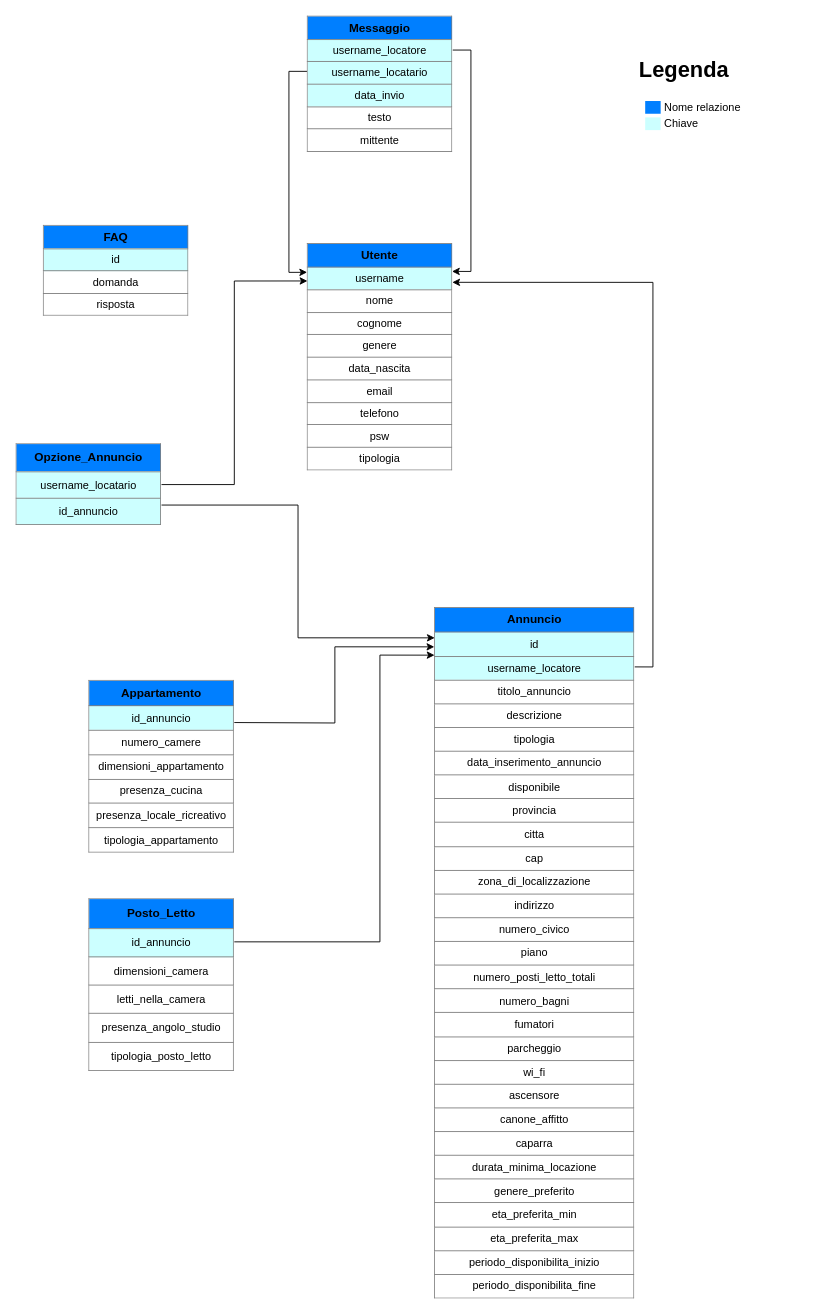
Earlier version of the draw.io diagram Database/Schema_logico_DB.drawio (fd-col/RentAdvisor). Source tidied: cells renumbered, new cells numbered last; positions are measured from the earlier drawing's top-left corner, leaving out a move shared by most shapes. Both pictures are drawn from the tidied source at 91%, with x=0, y=0 at pixel (15, 15).
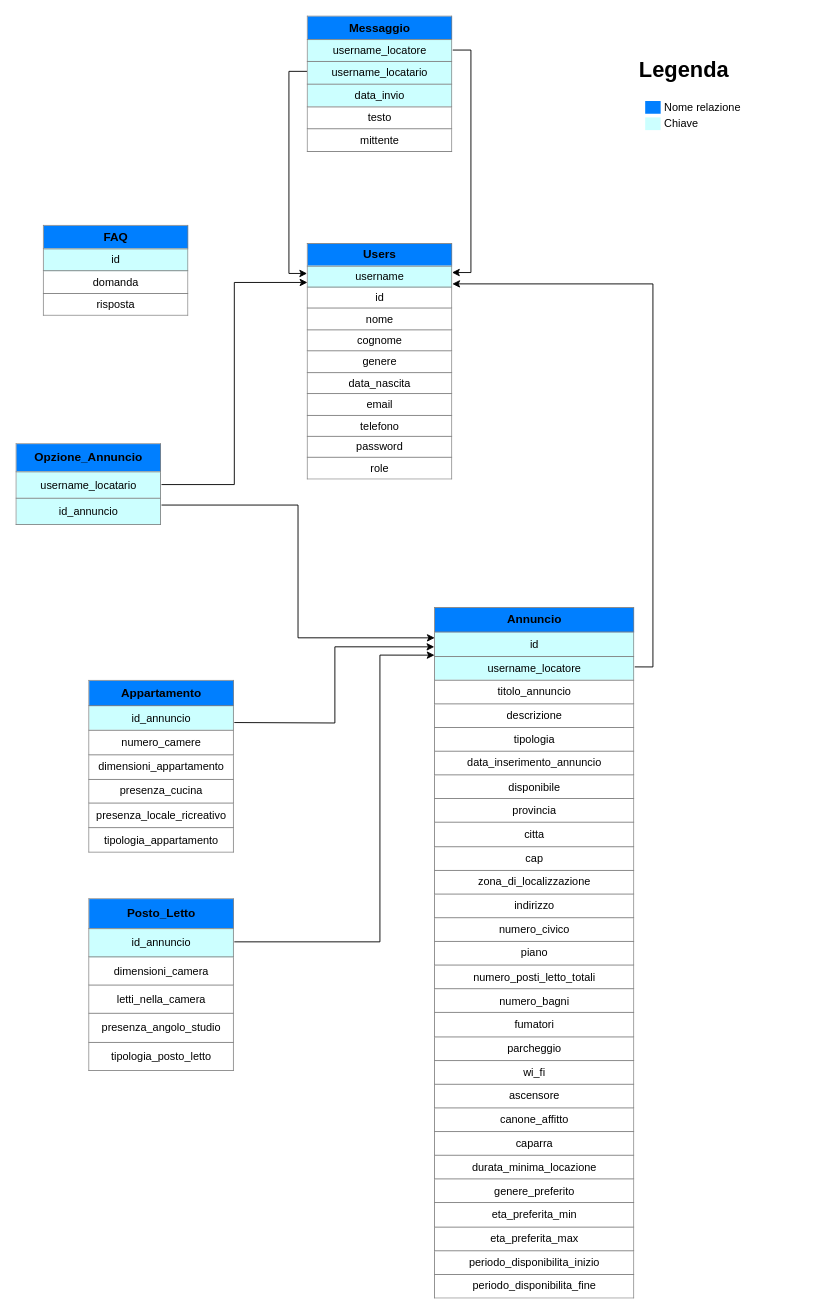
The same page after the edit.

Diff of the diagram source:
```diff
@@
 <mxGraphModel>
   <root>
     <mxCell id="0" />
     <mxCell id="1" parent="0" />
-    <mxCell id="2" value="&lt;table border=&quot;1&quot; width=&quot;100%&quot; cellpadding=&quot;4&quot; style=&quot;width: 100% ; height: 100% ; border-collapse: collapse&quot;&gt;&lt;tbody&gt;&lt;tr&gt;&lt;th style=&quot;background-color: rgb(0 , 127 , 255)&quot;&gt;&lt;font style=&quot;font-size: 13px&quot;&gt;Utente&lt;/font&gt;&lt;/th&gt;&lt;/tr&gt;&lt;tr style=&quot;font-size: 13px&quot;&gt;&lt;td style=&quot;font-size: 12px ; background-color: rgb(204 , 255 , 255)&quot;&gt;username&lt;/td&gt;&lt;/tr&gt;&lt;tr&gt;&lt;td&gt;nome&lt;/td&gt;&lt;/tr&gt;&lt;tr&gt;&lt;td&gt;cognome&lt;br&gt;&lt;/td&gt;&lt;/tr&gt;&lt;tr&gt;&lt;td&gt;genere&lt;/td&gt;&lt;/tr&gt;&lt;tr&gt;&lt;td&gt;data_nascita&lt;/td&gt;&lt;/tr&gt;&lt;tr&gt;&lt;td&gt;email&lt;/td&gt;&lt;/tr&gt;&lt;tr&gt;&lt;td&gt;telefono&lt;/td&gt;&lt;/tr&gt;&lt;tr&gt;&lt;td&gt;psw&lt;/td&gt;&lt;/tr&gt;&lt;tr&gt;&lt;td&gt;tipologia&lt;/td&gt;&lt;/tr&gt;&lt;/tbody&gt;&lt;/table&gt;" style="text;html=1;overflow=fill;align=center;" parent="1" vertex="1">
-      <mxGeometry x="320" y="250" width="160" height="250" as="geometry" />
+    <mxCell id="2" value="&lt;table border=&quot;1&quot; width=&quot;100%&quot; cellpadding=&quot;4&quot; style=&quot;width: 100% ; height: 100% ; border-collapse: collapse&quot;&gt;&lt;tbody&gt;&lt;tr&gt;&lt;th style=&quot;background-color: rgb(0 , 127 , 255)&quot;&gt;&lt;span style=&quot;font-size: 13px;&quot;&gt;Users&lt;/span&gt;&lt;/th&gt;&lt;/tr&gt;&lt;tr style=&quot;font-size: 13px&quot;&gt;&lt;td style=&quot;font-size: 12px ; background-color: rgb(204 , 255 , 255)&quot;&gt;username&lt;/td&gt;&lt;/tr&gt;&lt;tr&gt;&lt;td&gt;id&lt;/td&gt;&lt;/tr&gt;&lt;tr&gt;&lt;td&gt;nome&lt;/td&gt;&lt;/tr&gt;&lt;tr&gt;&lt;td&gt;cognome&lt;br&gt;&lt;/td&gt;&lt;/tr&gt;&lt;tr&gt;&lt;td&gt;genere&lt;/td&gt;&lt;/tr&gt;&lt;tr&gt;&lt;td&gt;data_nascita&lt;/td&gt;&lt;/tr&gt;&lt;tr&gt;&lt;td&gt;email&lt;/td&gt;&lt;/tr&gt;&lt;tr&gt;&lt;td&gt;telefono&lt;/td&gt;&lt;/tr&gt;&lt;tr&gt;&lt;td&gt;password&lt;/td&gt;&lt;/tr&gt;&lt;tr&gt;&lt;td&gt;role&lt;/td&gt;&lt;/tr&gt;&lt;/tbody&gt;&lt;/table&gt;" style="text;html=1;overflow=fill;align=center;" parent="1" vertex="1">
+      <mxGeometry x="320" y="250" width="160" height="260" as="geometry" />
     </mxCell>
     <mxCell id="3" style="edgeStyle=orthogonalEdgeStyle;rounded=0;jettySize=auto;html=1;exitX=1;exitY=0.25;exitDx=0;exitDy=0;entryX=0.995;entryY=0.123;entryDx=0;entryDy=0;entryPerimeter=0;" parent="1" edge="1" source="5" target="2">
       <mxGeometry relative="1" as="geometry" />
     </mxCell>
     <mxCell id="4" style="edgeStyle=orthogonalEdgeStyle;rounded=0;jettySize=auto;html=1;exitX=0;exitY=0.406;exitDx=0;exitDy=0;entryX=0;entryY=0.127;entryDx=0;entryDy=0;entryPerimeter=0;exitPerimeter=0;" parent="1" edge="1" source="5" target="2">
       <mxGeometry relative="1" as="geometry" />
     </mxCell>
     <mxCell id="5" value="&lt;table border=&quot;1&quot; width=&quot;100%&quot; cellpadding=&quot;4&quot; style=&quot;width: 100% ; height: 100% ; border-collapse: collapse&quot;&gt;&lt;tbody&gt;&lt;tr&gt;&lt;th style=&quot;background-color: rgb(0 , 127 , 255)&quot;&gt;&lt;span style=&quot;font-size: 13px&quot;&gt;Messaggio&lt;/span&gt;&lt;/th&gt;&lt;/tr&gt;&lt;tr style=&quot;font-size: 13px&quot;&gt;&lt;td style=&quot;font-size: 12px ; background-color: rgb(204 , 255 , 255)&quot;&gt;username_locatore&lt;/td&gt;&lt;/tr&gt;&lt;tr&gt;&lt;td style=&quot;background-color: rgb(204 , 255 , 255)&quot;&gt;username_locatario&lt;/td&gt;&lt;/tr&gt;&lt;tr&gt;&lt;td style=&quot;background-color: rgb(204 , 255 , 255)&quot;&gt;data_invio&lt;/td&gt;&lt;/tr&gt;&lt;tr&gt;&lt;td&gt;testo&lt;/td&gt;&lt;/tr&gt;&lt;tr&gt;&lt;td&gt;mittente&lt;/td&gt;&lt;/tr&gt;&lt;/tbody&gt;&lt;/table&gt;" style="text;html=1;overflow=fill;align=center;" parent="1" vertex="1">
       <mxGeometry x="320" width="160" height="150" as="geometry" />
     </mxCell>
     <mxCell id="6" style="edgeStyle=orthogonalEdgeStyle;rounded=0;jettySize=auto;html=1;entryX=0.997;entryY=0.171;entryDx=0;entryDy=0;entryPerimeter=0;exitX=1;exitY=0.086;exitDx=0;exitDy=0;exitPerimeter=0;" parent="1" edge="1" source="7" target="2">
       <mxGeometry relative="1" as="geometry" />
     </mxCell>
     <mxCell id="7" value="&lt;table border=&quot;1&quot; width=&quot;100%&quot; cellpadding=&quot;4&quot; style=&quot;width: 100% ; height: 100% ; border-collapse: collapse&quot;&gt;&lt;tbody&gt;&lt;tr&gt;&lt;th style=&quot;background-color: rgb(0 , 127 , 255)&quot;&gt;&lt;font style=&quot;font-size: 13px&quot;&gt;Annuncio&lt;/font&gt;&lt;/th&gt;&lt;/tr&gt;&lt;tr style=&quot;font-size: 13px&quot;&gt;&lt;td style=&quot;font-size: 12px ; background-color: rgb(204 , 255 , 255)&quot;&gt;id&lt;/td&gt;&lt;/tr&gt;&lt;tr&gt;&lt;td style=&quot;background-color: rgb(204 , 255 , 255)&quot;&gt;username_locatore&lt;/td&gt;&lt;/tr&gt;&lt;tr&gt;&lt;td&gt;titolo_annuncio&lt;/td&gt;&lt;/tr&gt;&lt;tr&gt;&lt;td&gt;descrizione&lt;br&gt;&lt;/td&gt;&lt;/tr&gt;&lt;tr&gt;&lt;td&gt;tipologia&lt;/td&gt;&lt;/tr&gt;&lt;tr&gt;&lt;td&gt;data_inserimento_annuncio&lt;/td&gt;&lt;/tr&gt;&lt;tr&gt;&lt;td&gt;disponibile&lt;/td&gt;&lt;/tr&gt;&lt;tr&gt;&lt;td&gt;provincia&lt;/td&gt;&lt;/tr&gt;&lt;tr&gt;&lt;td&gt;citta&lt;/td&gt;&lt;/tr&gt;&lt;tr&gt;&lt;td&gt;cap&lt;/td&gt;&lt;/tr&gt;&lt;tr&gt;&lt;td&gt;zona_di_localizzazione&lt;br&gt;&lt;/td&gt;&lt;/tr&gt;&lt;tr&gt;&lt;td&gt;indirizzo&lt;/td&gt;&lt;/tr&gt;&lt;tr&gt;&lt;td&gt;numero_civico&lt;/td&gt;&lt;/tr&gt;&lt;tr&gt;&lt;td&gt;piano&lt;/td&gt;&lt;/tr&gt;&lt;tr&gt;&lt;td&gt;numero_posti_letto_totali&lt;/td&gt;&lt;/tr&gt;&lt;tr&gt;&lt;td&gt;numero_bagni&lt;/td&gt;&lt;/tr&gt;&lt;tr&gt;&lt;td&gt;fumatori&lt;/td&gt;&lt;/tr&gt;&lt;tr&gt;&lt;td&gt;parcheggio&lt;/td&gt;&lt;/tr&gt;&lt;tr&gt;&lt;td&gt;wi_fi&lt;/td&gt;&lt;/tr&gt;&lt;tr&gt;&lt;td&gt;ascensore&lt;/td&gt;&lt;/tr&gt;&lt;tr&gt;&lt;td&gt;canone_affitto&lt;/td&gt;&lt;/tr&gt;&lt;tr&gt;&lt;td&gt;caparra&lt;/td&gt;&lt;/tr&gt;&lt;tr&gt;&lt;td&gt;durata_minima_locazione&lt;/td&gt;&lt;/tr&gt;&lt;tr&gt;&lt;td&gt;genere_preferito&lt;/td&gt;&lt;/tr&gt;&lt;tr&gt;&lt;td&gt;eta_preferita_min&lt;/td&gt;&lt;/tr&gt;&lt;tr&gt;&lt;td&gt;eta_preferita_max&lt;/td&gt;&lt;/tr&gt;&lt;tr&gt;&lt;td&gt;periodo_disponibilita_inizio&lt;/td&gt;&lt;/tr&gt;&lt;tr&gt;&lt;td&gt;periodo_disponibilita_fine&lt;/td&gt;&lt;/tr&gt;&lt;/tbody&gt;&lt;/table&gt;" style="text;html=1;overflow=fill;align=center;" parent="1" vertex="1">
       <mxGeometry x="460" y="650" width="220" height="760" as="geometry" />
     </mxCell>
     <mxCell id="8" value="&lt;table border=&quot;1&quot; width=&quot;100%&quot; cellpadding=&quot;4&quot; style=&quot;width: 100% ; height: 100% ; border-collapse: collapse&quot;&gt;&lt;tbody&gt;&lt;tr&gt;&lt;th style=&quot;background-color: rgb(0 , 127 , 255)&quot;&gt;&lt;span style=&quot;font-size: 13px&quot;&gt;FAQ&lt;/span&gt;&lt;/th&gt;&lt;/tr&gt;&lt;tr style=&quot;font-size: 13px&quot;&gt;&lt;td style=&quot;font-size: 12px ; background-color: rgb(204 , 255 , 255)&quot;&gt;id&lt;/td&gt;&lt;/tr&gt;&lt;tr&gt;&lt;td&gt;domanda&lt;/td&gt;&lt;/tr&gt;&lt;tr&gt;&lt;td&gt;risposta&lt;/td&gt;&lt;/tr&gt;&lt;/tbody&gt;&lt;/table&gt;" style="text;html=1;overflow=fill;align=center;" parent="1" vertex="1">
       <mxGeometry x="30" y="230" width="160" height="100" as="geometry" />
     </mxCell>
     <mxCell id="9" style="edgeStyle=orthogonalEdgeStyle;rounded=0;jettySize=auto;html=1;exitX=1;exitY=0.5;exitDx=0;exitDy=0;entryX=0.002;entryY=0.165;entryDx=0;entryDy=0;entryPerimeter=0;" parent="1" edge="1" source="11" target="2">
       <mxGeometry relative="1" as="geometry" />
     </mxCell>
     <mxCell id="10" style="edgeStyle=orthogonalEdgeStyle;rounded=0;jettySize=auto;html=1;exitX=1;exitY=0.75;exitDx=0;exitDy=0;entryX=0.001;entryY=0.044;entryDx=0;entryDy=0;entryPerimeter=0;" parent="1" edge="1" source="11" target="7">
       <mxGeometry relative="1" as="geometry" />
     </mxCell>
     <mxCell id="11" value="&lt;table border=&quot;1&quot; width=&quot;100%&quot; cellpadding=&quot;4&quot; style=&quot;width: 100% ; height: 100% ; border-collapse: collapse&quot;&gt;&lt;tbody&gt;&lt;tr&gt;&lt;th style=&quot;background-color: rgb(0 , 127 , 255)&quot;&gt;&lt;span style=&quot;font-size: 13px&quot;&gt;Opzione_Annuncio&lt;/span&gt;&lt;/th&gt;&lt;/tr&gt;&lt;tr style=&quot;font-size: 13px&quot;&gt;&lt;td style=&quot;font-size: 12px ; background-color: rgb(204 , 255 , 255)&quot;&gt;username_locatario&lt;/td&gt;&lt;/tr&gt;&lt;tr&gt;&lt;td style=&quot;background-color: rgb(204 , 255 , 255)&quot;&gt;id_annuncio&lt;br&gt;&lt;/td&gt;&lt;/tr&gt;&lt;/tbody&gt;&lt;/table&gt;" style="text;html=1;overflow=fill;align=center;" parent="1" vertex="1">
       <mxGeometry y="470" width="160" height="90" as="geometry" />
     </mxCell>
     <mxCell id="12" style="edgeStyle=orthogonalEdgeStyle;rounded=0;jettySize=auto;html=1;exitX=1;exitY=0.25;exitDx=0;exitDy=0;entryX=-0.001;entryY=0.057;entryDx=0;entryDy=0;entryPerimeter=0;" parent="1" edge="1" target="7">
       <mxGeometry relative="1" as="geometry">
         <mxPoint x="240" y="776.5" as="sourcePoint" />
       </mxGeometry>
     </mxCell>
     <mxCell id="13" value="&lt;table border=&quot;1&quot; width=&quot;100%&quot; cellpadding=&quot;4&quot; style=&quot;width: 100% ; height: 100% ; border-collapse: collapse&quot;&gt;&lt;tbody&gt;&lt;tr&gt;&lt;th style=&quot;background-color: rgb(0 , 127 , 255)&quot;&gt;&lt;span style=&quot;font-size: 13px;&quot;&gt;Appartamento&lt;/span&gt;&lt;/th&gt;&lt;/tr&gt;&lt;tr style=&quot;font-size: 13px&quot;&gt;&lt;td style=&quot;font-size: 12px ; background-color: rgb(204 , 255 , 255)&quot;&gt;id_annuncio&lt;/td&gt;&lt;/tr&gt;&lt;tr&gt;&lt;td&gt;numero_camere&lt;/td&gt;&lt;/tr&gt;&lt;tr&gt;&lt;td&gt;dimensioni_appartamento&lt;/td&gt;&lt;/tr&gt;&lt;tr&gt;&lt;td&gt;presenza_cucina&lt;/td&gt;&lt;/tr&gt;&lt;tr&gt;&lt;td&gt;presenza_locale_ricreativo&lt;/td&gt;&lt;/tr&gt;&lt;tr&gt;&lt;td&gt;tipologia_appartamento&lt;/td&gt;&lt;/tr&gt;&lt;/tbody&gt;&lt;/table&gt;" style="text;html=1;overflow=fill;align=center;" parent="1" vertex="1">
       <mxGeometry x="80" y="730" width="160" height="190" as="geometry" />
     </mxCell>
     <mxCell id="14" style="edgeStyle=orthogonalEdgeStyle;rounded=0;jettySize=auto;html=1;exitX=1;exitY=0.25;exitDx=0;exitDy=0;entryX=0;entryY=0.069;entryDx=0;entryDy=0;entryPerimeter=0;" parent="1" edge="1" source="15" target="7">
       <mxGeometry relative="1" as="geometry">
         <Array as="points">
           <mxPoint x="400" y="1018" />
           <mxPoint x="400" y="702" />
         </Array>
       </mxGeometry>
     </mxCell>
     <mxCell id="15" value="&lt;table border=&quot;1&quot; width=&quot;100%&quot; cellpadding=&quot;4&quot; style=&quot;width: 100% ; height: 100% ; border-collapse: collapse&quot;&gt;&lt;tbody&gt;&lt;tr&gt;&lt;th style=&quot;background-color: rgb(0 , 127 , 255)&quot;&gt;&lt;span style=&quot;font-size: 13px;&quot;&gt;Posto_Letto&lt;/span&gt;&lt;/th&gt;&lt;/tr&gt;&lt;tr style=&quot;font-size: 13px&quot;&gt;&lt;td style=&quot;font-size: 12px ; background-color: rgb(204 , 255 , 255)&quot;&gt;id_annuncio&lt;/td&gt;&lt;/tr&gt;&lt;tr&gt;&lt;td&gt;dimensioni_camera&lt;/td&gt;&lt;/tr&gt;&lt;tr&gt;&lt;td&gt;letti_nella_camera&lt;/td&gt;&lt;/tr&gt;&lt;tr&gt;&lt;td&gt;presenza_angolo_studio&lt;/td&gt;&lt;/tr&gt;&lt;tr&gt;&lt;td&gt;tipologia_posto_letto&lt;/td&gt;&lt;/tr&gt;&lt;/tbody&gt;&lt;/table&gt;" style="text;html=1;overflow=fill;align=center;" parent="1" vertex="1">
       <mxGeometry x="80" y="970" width="160" height="190" as="geometry" />
     </mxCell>
     <mxCell id="16" value="&lt;h1&gt;Legenda&lt;/h1&gt;&lt;p&gt;&lt;/p&gt;&lt;table&gt;&lt;tbody&gt;&lt;tr&gt;&lt;td&gt;&lt;br&gt;&lt;/td&gt;&lt;td style=&quot;&quot;&gt;&lt;span style=&quot;background-color: rgb(0, 127, 255);&quot;&gt;&amp;nbsp; &amp;nbsp; &amp;nbsp;&lt;/span&gt;&lt;/td&gt;&lt;td&gt;Nome relazione&lt;/td&gt;&lt;/tr&gt;&lt;tr&gt;&lt;td&gt;&lt;br&gt;&lt;/td&gt;&lt;td&gt;&lt;span style=&quot;background-color: rgb(204, 255, 255);&quot;&gt;&amp;nbsp; &amp;nbsp; &amp;nbsp;&lt;/span&gt;&lt;/td&gt;&lt;td&gt;Chiave&lt;/td&gt;&lt;/tr&gt;&lt;/tbody&gt;&lt;/table&gt;&amp;nbsp;&lt;br&gt;&lt;p&gt;&lt;/p&gt;" style="text;html=1;strokeColor=none;fillColor=none;spacing=5;spacingTop=-20;whiteSpace=wrap;overflow=hidden;rounded=0;labelBackgroundColor=none;" parent="1" vertex="1">
       <mxGeometry x="680" y="40" width="190" height="120" as="geometry" />
     </mxCell>
   </root>
 </mxGraphModel>
```
